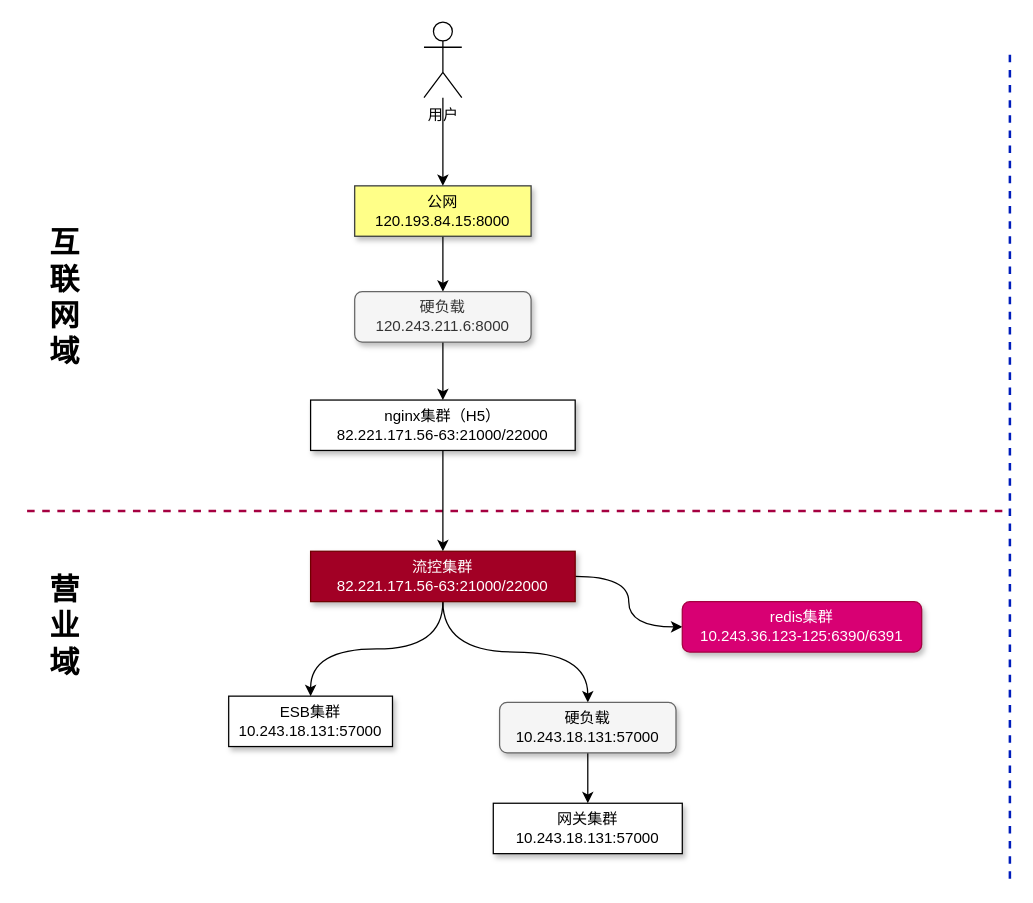
This is page "互联网域迁移方案" (14 of 14) of 流控.drawio from qymmdj/draw-io, a draw.io file, before an edit. Source tidied: cells renumbered, new cells numbered last; positions are measured from the earlier drawing's top-left corner, leaving out a move shared by most shapes. Both pictures are drawn from the tidied source at 126%, with x=0, y=0 at pixel (26, 21).
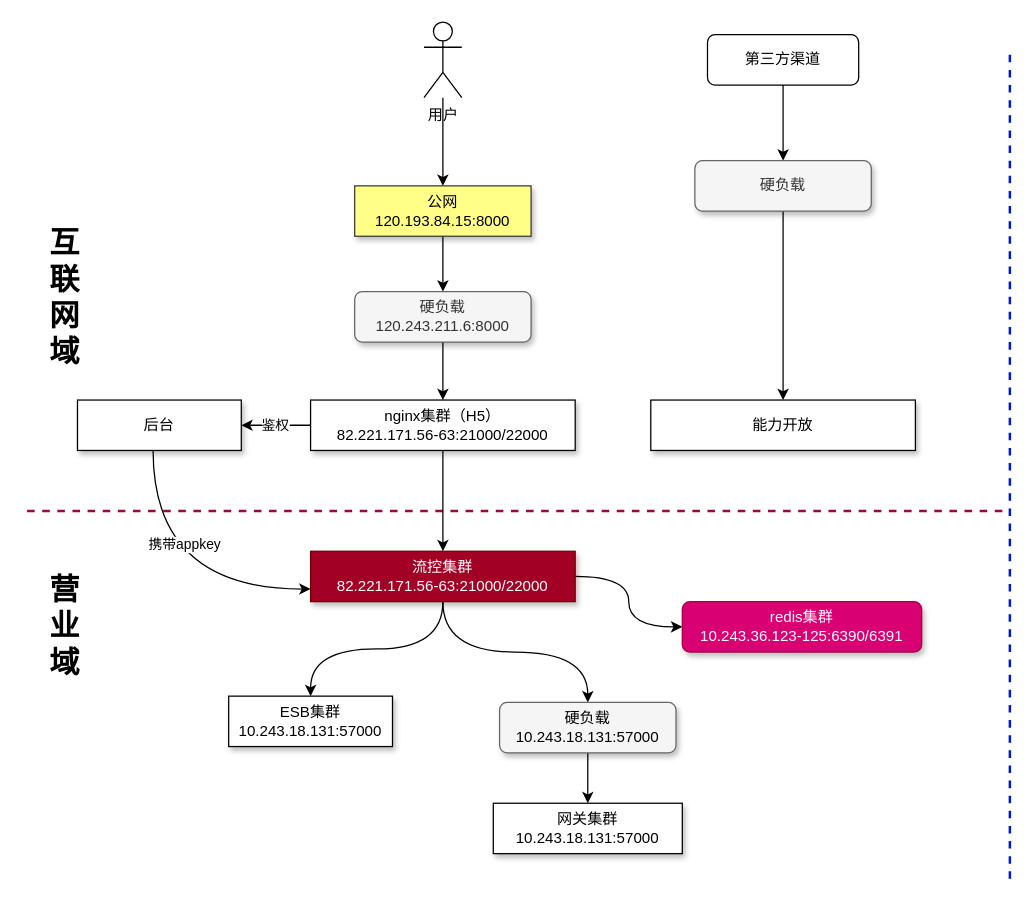
After the change.

Unchanged cells that the change refers to:
```xml
<mxCell id="13" value="流控集群&lt;br&gt;82.221.171.56-63:21000/22000" style="rounded=0;whiteSpace=wrap;html=1;shadow=1;fillColor=#a20025;strokeColor=#6F0000;fontSize=12;fontColor=#ffffff;" parent="1" vertex="1">
  <mxGeometry x="225" y="420" width="210" height="40" as="geometry" />
</mxCell>
<mxCell id="21" value="nginx集群（H5）&lt;br&gt;82.221.171.56-63:21000/22000" style="rounded=0;whiteSpace=wrap;html=1;shadow=1;fontSize=12;" parent="1" vertex="1">
  <mxGeometry x="225" y="300" width="210" height="40" as="geometry" />
</mxCell>
```

The edit, as a diff of the source:
```diff
@@
+    <mxCell id="23" value="鉴权" style="edgeStyle=orthogonalEdgeStyle;rounded=0;jettySize=auto;html=1;" parent="1" edge="1" source="21" target="31">
+      <mxGeometry relative="1" as="geometry" />
+    </mxCell>
@@
+    <mxCell id="24" value="能力开放" style="rounded=0;whiteSpace=wrap;html=1;shadow=1;fontSize=12;" parent="1" vertex="1">
+      <mxGeometry x="495" y="300" width="210" height="40" as="geometry" />
+    </mxCell>
+    <mxCell id="25" style="rounded=0;jettySize=auto;html=1;" parent="1" edge="1" source="26" target="28">
+      <mxGeometry relative="1" as="geometry" />
+    </mxCell>
+    <mxCell id="26" value="第三方渠道" style="rounded=1;whiteSpace=wrap;html=1;" parent="1" vertex="1">
+      <mxGeometry x="540" y="10" width="120" height="40" as="geometry" />
+    </mxCell>
+    <mxCell id="27" style="rounded=0;jettySize=auto;html=1;" parent="1" edge="1" source="28" target="24">
+      <mxGeometry relative="1" as="geometry" />
+    </mxCell>
+    <mxCell id="28" value="硬负载" style="rounded=1;whiteSpace=wrap;html=1;shadow=1;fillColor=#f5f5f5;strokeColor=#666666;fontSize=12;fontColor=#333333;" parent="1" vertex="1">
+      <mxGeometry x="530" y="110" width="140" height="40" as="geometry" />
+    </mxCell>
+    <mxCell id="29" style="edgeStyle=orthogonalEdgeStyle;rounded=0;jettySize=auto;html=1;entryX=0;entryY=0.75;entryDx=0;entryDy=0;curved=1;" parent="1" edge="1" source="31" target="13">
+      <mxGeometry relative="1" as="geometry">
+        <Array as="points">
+          <mxPoint x="100" y="450" />
+        </Array>
+      </mxGeometry>
+    </mxCell>
+    <mxCell id="30" value="携带appkey" style="edgeLabel;html=1;align=center;verticalAlign=middle;" parent="29" vertex="1">
+      <mxGeometry x="-0.37" y="24" relative="1" as="geometry" />
+    </mxCell>
+    <mxCell id="31" value="后台" style="rounded=0;whiteSpace=wrap;html=1;shadow=1;fontSize=12;" parent="1" vertex="1">
+      <mxGeometry x="40" y="300" width="130" height="40" as="geometry" />
+    </mxCell>
```
